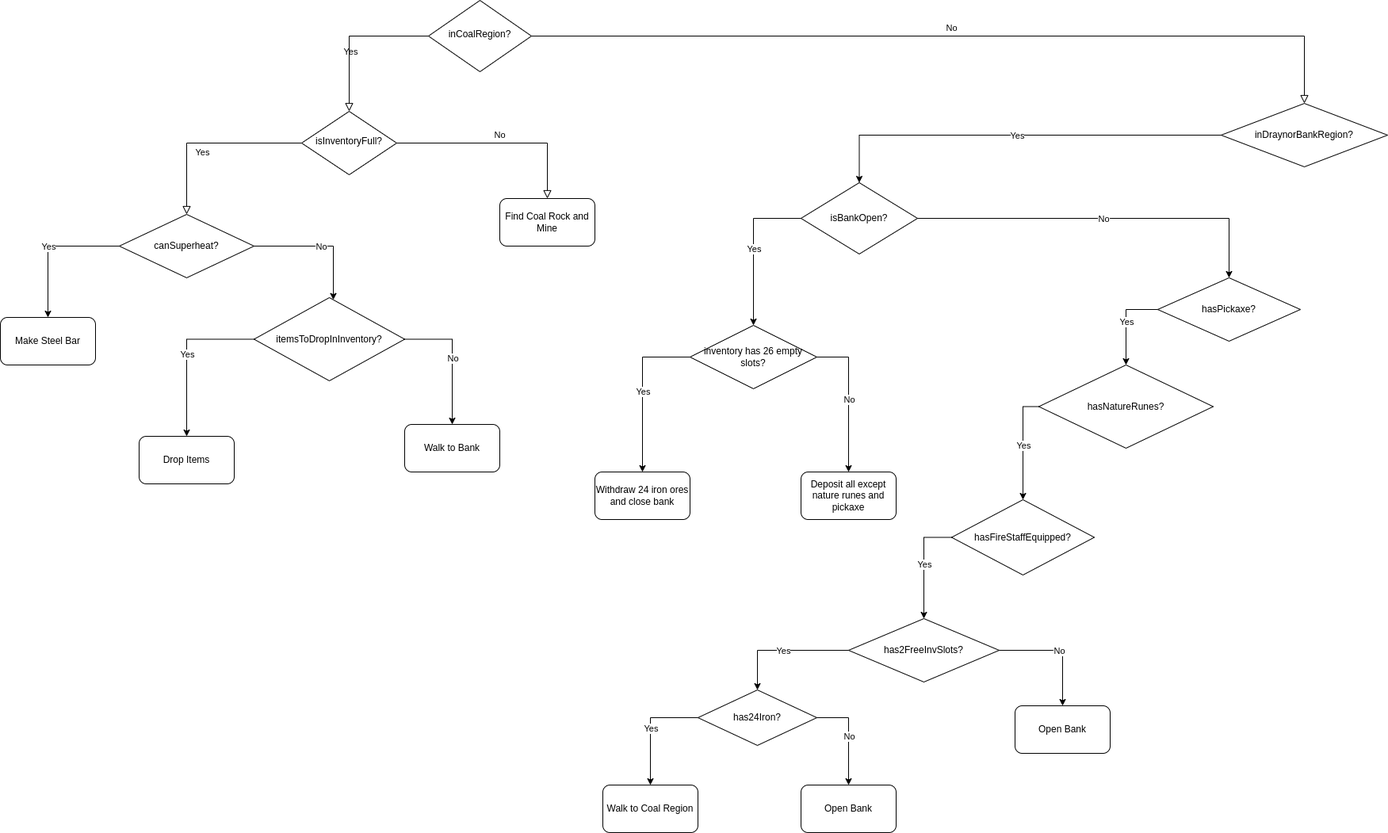
Before: flowchart.png, a diagram exported from draw.io (palyfight/superheat-bot). Source tidied: cells renumbered, new cells last; positions are measured from the earlier drawing's top-left corner, leaving out a move shared by most shapes.
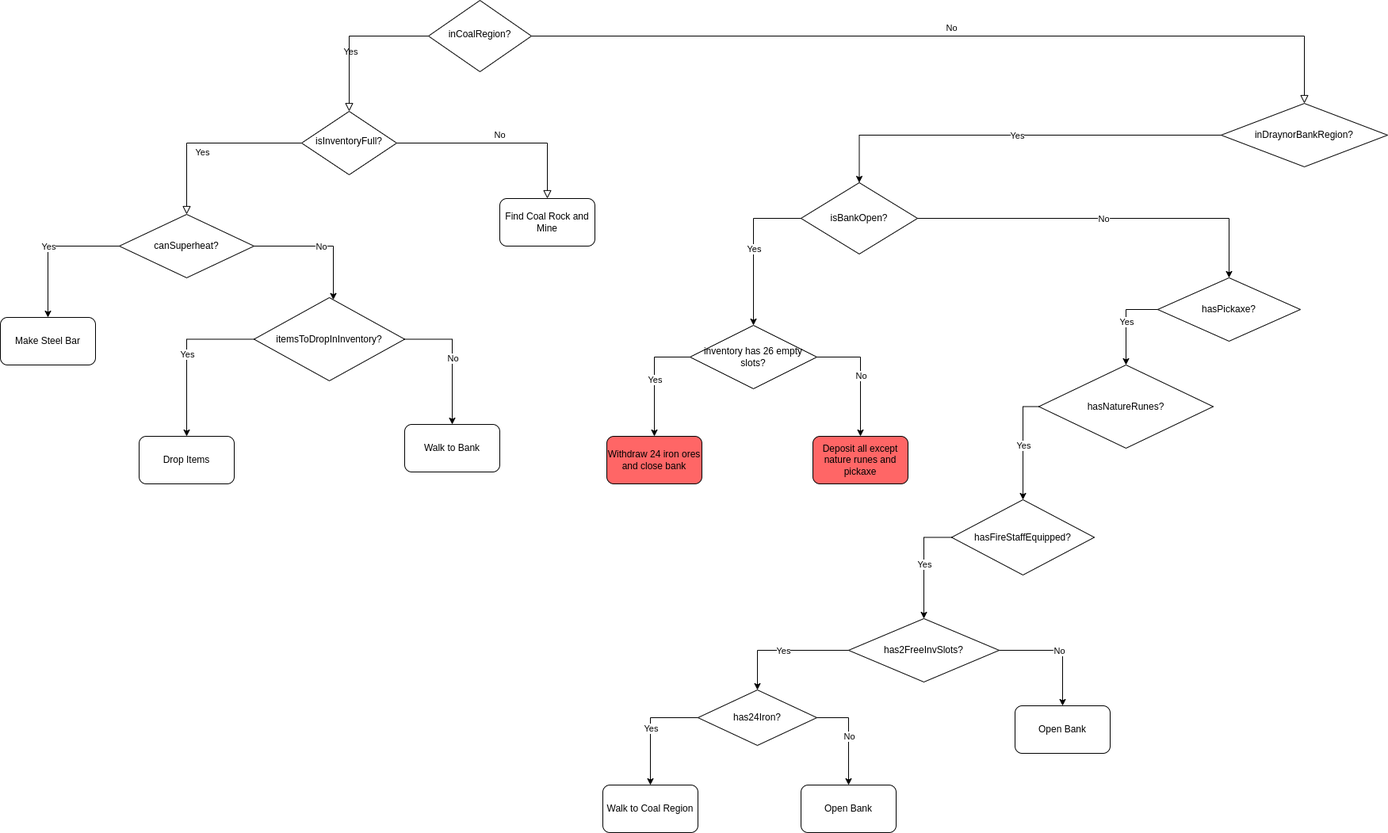
Above is the later version.

Diff of the diagram source:
```diff
@@ -79,11 +79,11 @@
     <mxCell id="25" value="No" style="edgeLabel;html=1;align=center;verticalAlign=middle;" parent="24" vertex="1">
       <mxGeometry relative="1" as="geometry" />
     </mxCell>
-    <mxCell id="26" value="Deposit all except nature runes and pickaxe" style="rounded=1;whiteSpace=wrap;html=1;" parent="1" vertex="1">
-      <mxGeometry x="1010" y="595" width="120" height="60" as="geometry" />
+    <mxCell id="26" value="Deposit all except nature runes and pickaxe" style="rounded=1;whiteSpace=wrap;html=1;fillColor=#FF6666;" parent="1" vertex="1">
+      <mxGeometry x="1025" y="550" width="120" height="60" as="geometry" />
     </mxCell>
-    <mxCell id="27" value="Withdraw 24 iron ores&lt;br style=&quot;border-color: var(--border-color);&quot;&gt;and close bank" style="rounded=1;whiteSpace=wrap;html=1;" parent="1" vertex="1">
-      <mxGeometry x="750" y="595" width="120" height="60" as="geometry" />
+    <mxCell id="27" value="Withdraw 24 iron ores&lt;br style=&quot;border-color: var(--border-color);&quot;&gt;and close bank" style="rounded=1;whiteSpace=wrap;html=1;fillColor=#FF6666;" parent="1" vertex="1">
+      <mxGeometry x="765" y="550" width="120" height="60" as="geometry" />
     </mxCell>
     <mxCell id="28" style="endArrow=classic;html=1;rounded=0;exitX=1;exitY=0.5;exitDx=0;exitDy=0;edgeStyle=orthogonalEdgeStyle;" parent="1" edge="1" source="18" target="30">
       <mxGeometry relative="1" as="geometry" />
```
